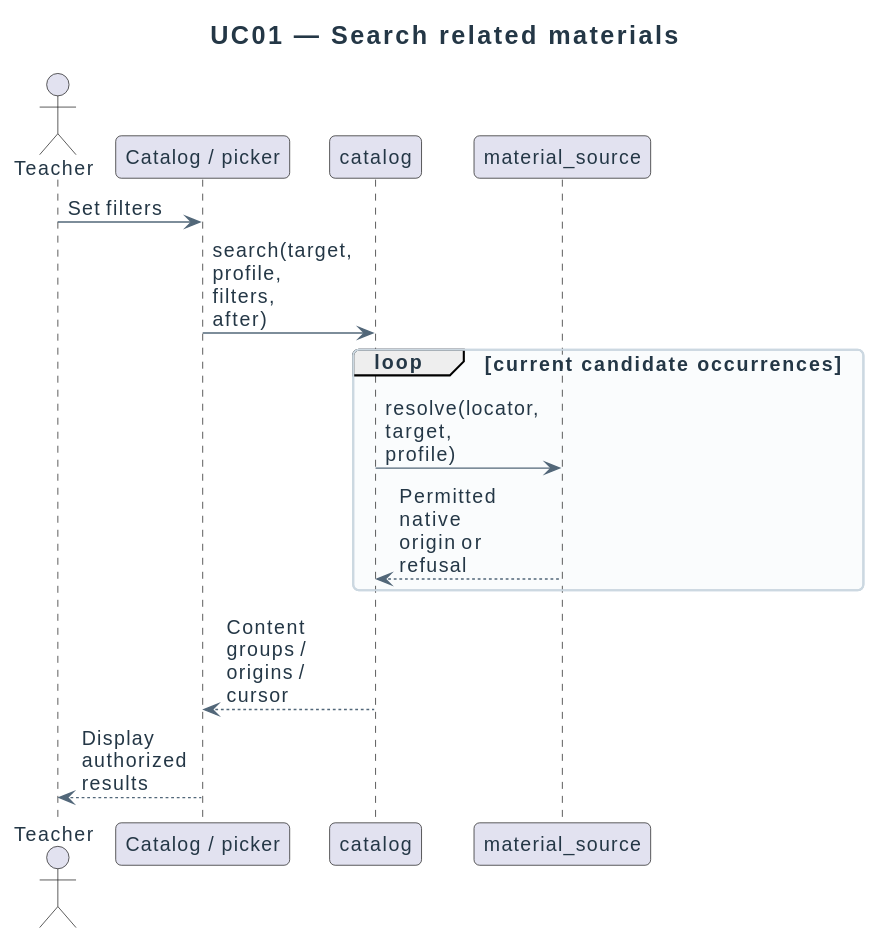
Before: docs/diagrams/sequences/uc01-search-materials.svg, a diagram exported from PlantUML (didactika/moodle-repository_coursefiles).
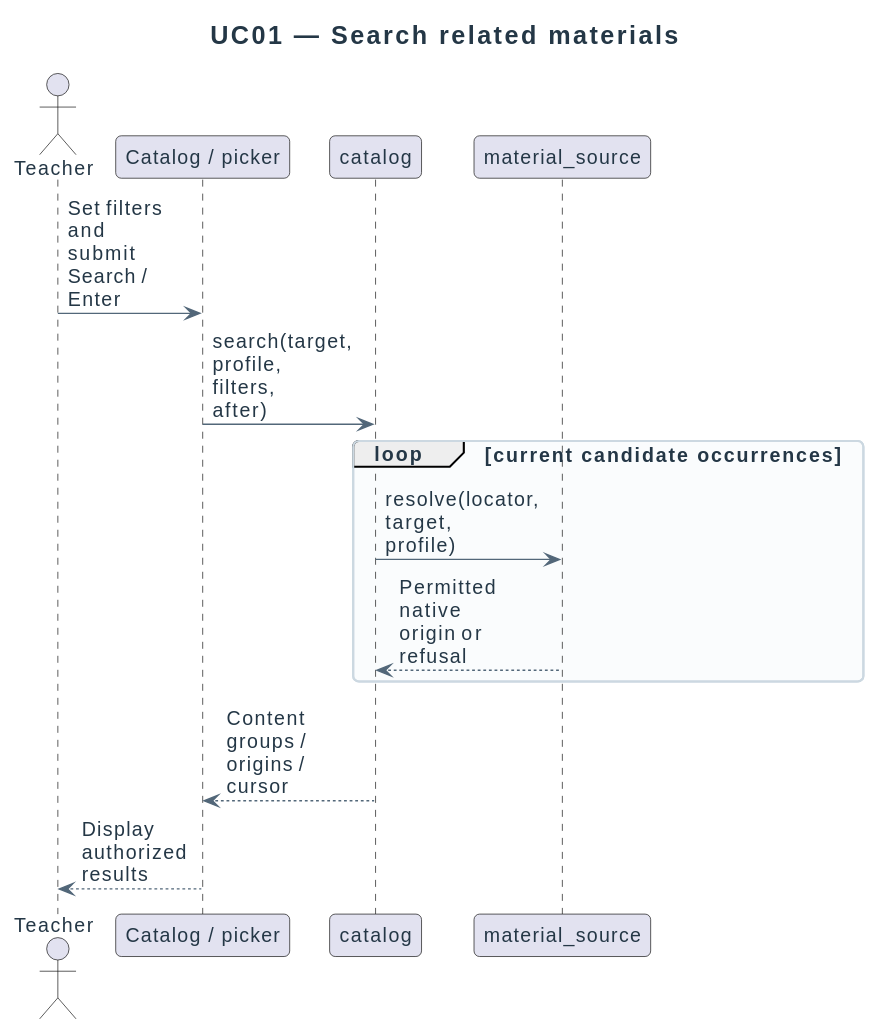
After the commit.

The edit, as a diff of the source:
```diff
@@ -5,7 +5,7 @@
 participant "Catalog / picker" as UI
 participant catalog as Catalog
 participant material_source as Source
-Teacher -> UI : Set filters
+Teacher -> UI : Set filters and submit Search / Enter
 UI -> Catalog : search(target, profile, filters, after)
 loop current candidate occurrences
   Catalog -> Source : resolve(locator, target, profile)
```
